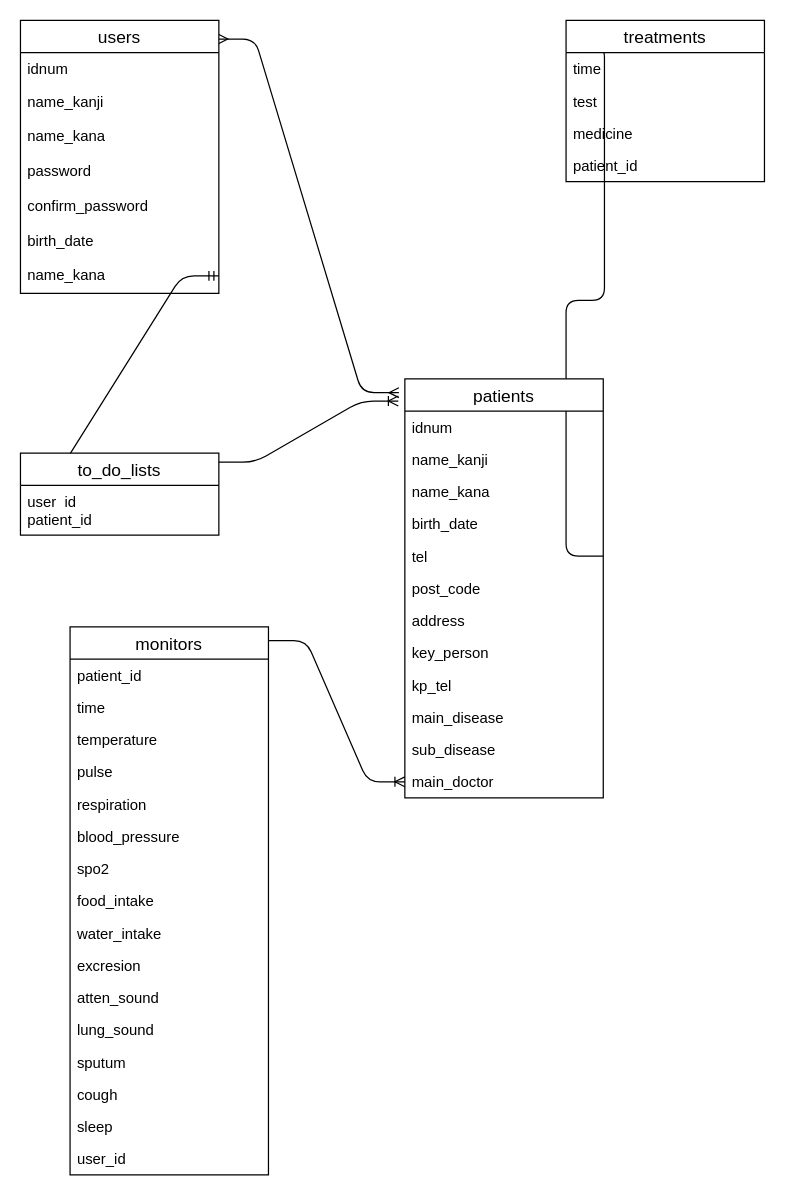
The draw.io diagram draws/ER.drawio in albion9007/karte1, before the edit. Source tidied: cells renumbered, new cells numbered last; positions are measured from the earlier drawing's top-left corner, leaving out a move shared by most shapes. Both pictures are drawn from the tidied source at 124%, with x=0, y=0 at pixel (20, 20).
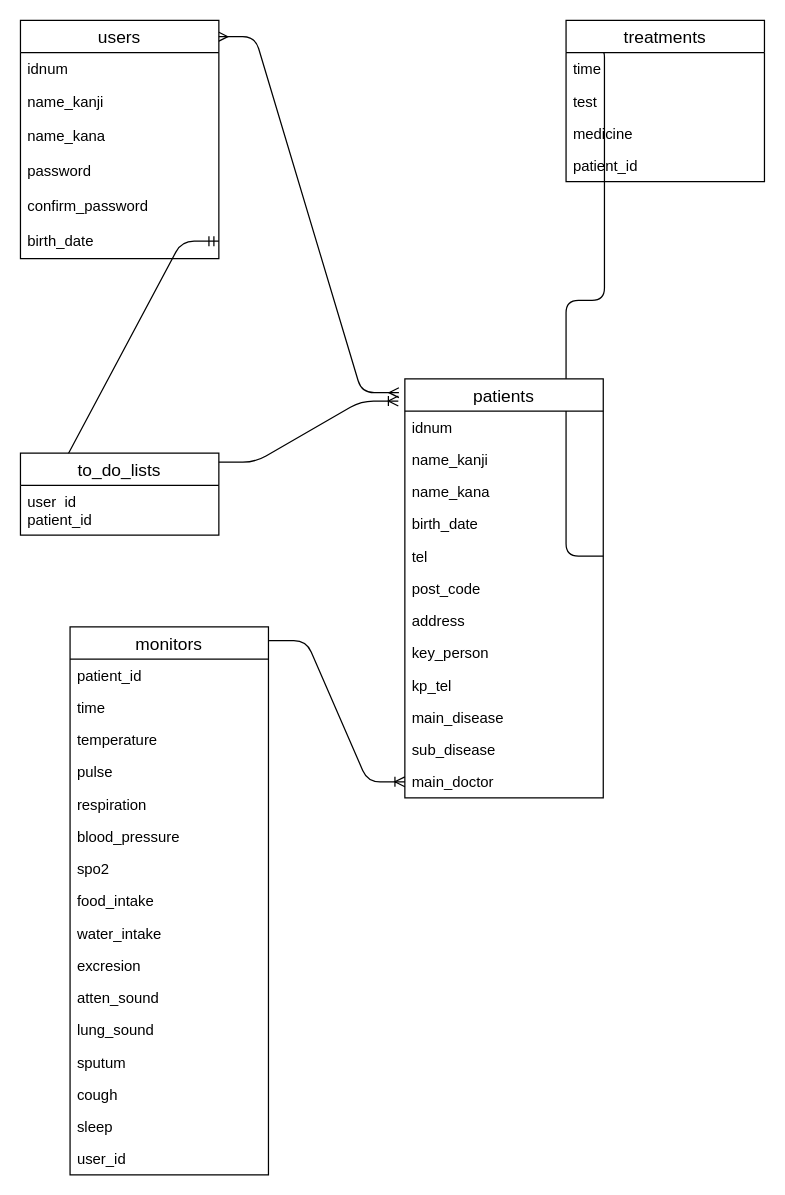
The same page after the edit.

The change refers to these unchanged cells:
```xml
<mxCell id="17" value="birth_date" style="text;strokeColor=none;fillColor=none;spacingLeft=4;spacingRight=4;overflow=hidden;points=[[0,0.5],[1,0.5]];portConstraint=eastwest;fontSize=12;" parent="11" vertex="1">
  <mxGeometry y="164" width="160" height="28" as="geometry" />
</mxCell>
<mxCell id="50" value="to_do_lists" style="swimlane;fontStyle=0;horizontal=1;startSize=26;align=center;fontSize=14;" parent="1" vertex="1">
  <mxGeometry y="349" width="160" height="66" as="geometry" />
</mxCell>
```

Change to the diagram source:
```diff
@@
     <mxCell id="11" value="users" style="swimlane;fontStyle=0;horizontal=1;startSize=26;align=center;fontSize=14;" parent="1" vertex="1">
-      <mxGeometry width="160" height="220" as="geometry" />
+      <mxGeometry width="160" height="192" as="geometry" />
     </mxCell>
@@
-    <mxCell id="18" value="name_kana" style="text;strokeColor=none;fillColor=none;spacingLeft=4;spacingRight=4;overflow=hidden;points=[[0,0.5],[1,0.5]];portConstraint=eastwest;fontSize=12;" parent="11" vertex="1">
-      <mxGeometry y="192" width="160" height="28" as="geometry" />
-    </mxCell>
@@
-    <mxCell id="49" style="edgeStyle=entityRelationEdgeStyle;fontSize=12;html=1;endArrow=ERmandOne;startArrow=ERmandOne;entryX=0;entryY=0.25;entryDx=0;entryDy=0;exitX=1;exitY=0.5;exitDx=0;exitDy=0;" parent="1" edge="1" source="18" target="50">
+    <mxCell id="49" style="edgeStyle=entityRelationEdgeStyle;fontSize=12;html=1;endArrow=ERmandOne;startArrow=ERmandOne;entryX=0;entryY=0.25;entryDx=0;entryDy=0;exitX=1;exitY=0.5;exitDx=0;exitDy=0;" parent="1" edge="1" source="17" target="50">
       <mxGeometry relative="1" as="geometry" />
     </mxCell>
```
